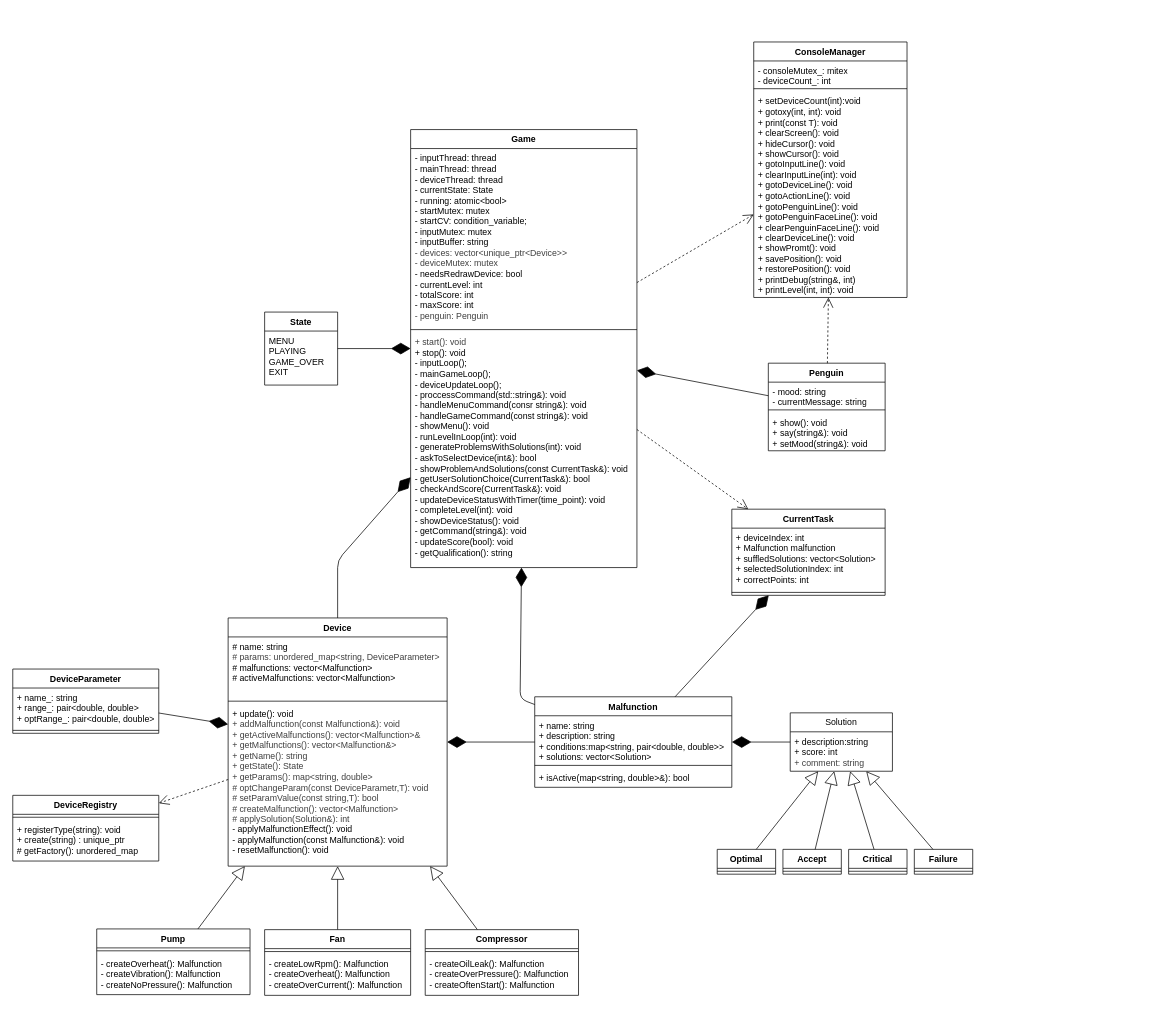
This is docs/diagram.drawio from MARGO0901/otus-finalproject, a draw.io file, before an edit. Source tidied: cells renumbered, new cells numbered last; positions are measured from the earlier drawing's top-left corner, leaving out a move shared by most shapes. Both pictures are drawn from the tidied source at 73%, with x=0, y=0 at pixel (12, 42).
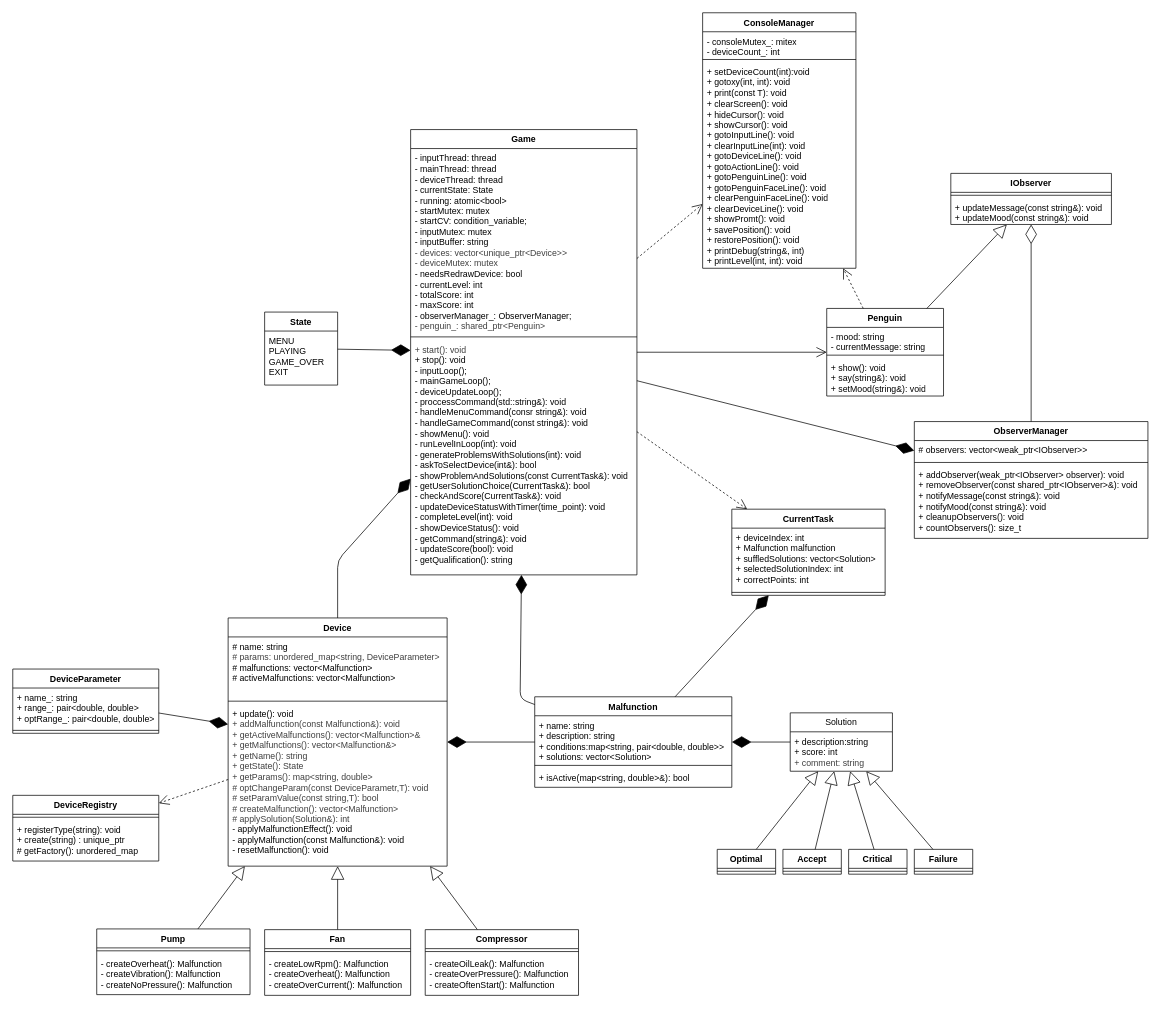
The same diagram, later.

Change to the diagram source:
```diff
@@
     <mxCell id="2" value="Game" style="swimlane;fontStyle=1;align=center;verticalAlign=top;horizontal=1;startSize=26;whiteSpace=wrap;html=1;" parent="1" vertex="1">
-      <mxGeometry x="545" y="120" width="310" height="600" as="geometry" />
+      <mxGeometry x="545" y="120" width="310" height="610" as="geometry" />
     </mxCell>
-    <mxCell id="3" value="&lt;div&gt;- inputThread: thread&lt;/div&gt;&lt;div&gt;- mainThread: thread&lt;/div&gt;&lt;div&gt;- deviceThread: thread&lt;/div&gt;&lt;div&gt;- currentState: State&lt;/div&gt;&lt;div&gt;- running: atomic&amp;lt;bool&amp;gt;&lt;/div&gt;&lt;div&gt;- startMutex: mutex&lt;/div&gt;&lt;div&gt;- startCV: condition_variable;&lt;/div&gt;&lt;div&gt;- inputMutex: mutex&lt;/div&gt;&lt;div&gt;- inputBuffer: string&lt;/div&gt;&lt;div&gt;&lt;span style=&quot;color: rgb(63, 63, 63);&quot;&gt;- devices:&amp;nbsp;&lt;/span&gt;&lt;span style=&quot;scrollbar-color: rgb(226, 226, 226) rgb(251, 251, 251); background-color: transparent; color: rgb(63, 63, 63);&quot;&gt;vector&amp;lt;unique_ptr&amp;lt;Device&amp;gt;&amp;gt;&lt;/span&gt;&lt;/div&gt;&lt;div&gt;&lt;span style=&quot;scrollbar-color: rgb(226, 226, 226) rgb(251, 251, 251); background-color: transparent; color: rgb(63, 63, 63);&quot;&gt;- deviceMutex: mutex&lt;/span&gt;&lt;/div&gt;&lt;div&gt;- needsRedrawDevice: bool&lt;/div&gt;- currentLevel: int&lt;div&gt;- totalScore: int&lt;/div&gt;&lt;div&gt;- maxScore: int&lt;/div&gt;&lt;div&gt;&lt;span style=&quot;color: rgb(63, 63, 63); background-color: transparent;&quot;&gt;- penguin: Penguin&lt;/span&gt;&lt;/div&gt;&lt;div&gt;&lt;br&gt;&lt;/div&gt;" style="text;strokeColor=none;fillColor=none;align=left;verticalAlign=top;spacingLeft=4;spacingRight=4;overflow=hidden;whiteSpace=wrap;html=1;" parent="2" vertex="1">
-      <mxGeometry y="26" width="310" height="244" as="geometry" />
+    <mxCell id="3" value="&lt;div&gt;- inputThread: thread&lt;/div&gt;&lt;div&gt;- mainThread: thread&lt;/div&gt;&lt;div&gt;- deviceThread: thread&lt;/div&gt;&lt;div&gt;- currentState: State&lt;/div&gt;&lt;div&gt;- running: atomic&amp;lt;bool&amp;gt;&lt;/div&gt;&lt;div&gt;- startMutex: mutex&lt;/div&gt;&lt;div&gt;- startCV: condition_variable;&lt;/div&gt;&lt;div&gt;- inputMutex: mutex&lt;/div&gt;&lt;div&gt;- inputBuffer: string&lt;/div&gt;&lt;div&gt;&lt;span style=&quot;color: rgb(63, 63, 63);&quot;&gt;- devices:&amp;nbsp;&lt;/span&gt;&lt;span style=&quot;scrollbar-color: rgb(226, 226, 226) rgb(251, 251, 251); background-color: transparent; color: rgb(63, 63, 63);&quot;&gt;vector&amp;lt;unique_ptr&amp;lt;Device&amp;gt;&amp;gt;&lt;/span&gt;&lt;/div&gt;&lt;div&gt;&lt;span style=&quot;scrollbar-color: rgb(226, 226, 226) rgb(251, 251, 251); background-color: transparent; color: rgb(63, 63, 63);&quot;&gt;- deviceMutex: mutex&lt;/span&gt;&lt;/div&gt;&lt;div&gt;- needsRedrawDevice: bool&lt;/div&gt;- currentLevel: int&lt;div&gt;- totalScore: int&lt;/div&gt;&lt;div&gt;- maxScore: int&lt;/div&gt;&lt;div&gt;- observerManager_: ObserverManager;&lt;/div&gt;&lt;div&gt;&lt;span style=&quot;color: rgb(63, 63, 63); background-color: transparent;&quot;&gt;- penguin_: shared_ptr&amp;lt;Penguin&amp;gt;&lt;/span&gt;&lt;/div&gt;&lt;div&gt;&lt;br&gt;&lt;/div&gt;" style="text;strokeColor=none;fillColor=none;align=left;verticalAlign=top;spacingLeft=4;spacingRight=4;overflow=hidden;whiteSpace=wrap;html=1;" parent="2" vertex="1">
+      <mxGeometry y="26" width="310" height="254" as="geometry" />
     </mxCell>
     <mxCell id="4" style="line;strokeWidth=1;fillColor=none;align=left;verticalAlign=middle;spacingTop=-1;spacingLeft=3;spacingRight=3;labelPosition=right;strokeColor=inherit;" parent="2" vertex="1">
-      <mxGeometry y="270" width="310" height="8" as="geometry" />
+      <mxGeometry y="280" width="310" height="8" as="geometry" />
     </mxCell>
     <mxCell id="5" value="&lt;div&gt;&lt;span style=&quot;color: rgb(63, 63, 63); background-color: transparent;&quot;&gt;+ start(): void&lt;/span&gt;&lt;/div&gt;&lt;div&gt;+ stop(): void&lt;/div&gt;&lt;div&gt;- inputLoop();&lt;/div&gt;&lt;div&gt;- mainGameLoop();&lt;/div&gt;&lt;div&gt;- deviceUpdateLoop();&lt;/div&gt;&lt;div&gt;- proccessCommand(std::string&amp;amp;): void&lt;/div&gt;&lt;div&gt;- handleMenuCommand(consr string&amp;amp;): void&lt;/div&gt;&lt;div&gt;- handleGameCommand(const string&amp;amp;): void&lt;/div&gt;&lt;div&gt;- showMenu(): void&lt;/div&gt;- runLevelInLoop(int): void&lt;div&gt;- generateProblemsWithSolutions(int): void&lt;/div&gt;&lt;div&gt;-&amp;nbsp;askToSelectDevice(int&amp;amp;): bool&lt;/div&gt;&lt;div&gt;-&amp;nbsp;showProblemAndSolutions(const CurrentTask&amp;amp;): void&lt;/div&gt;&lt;div&gt;-&amp;nbsp;getUserSolutionChoice(CurrentTask&amp;amp;): bool&lt;/div&gt;&lt;div&gt;-&amp;nbsp;checkAndScore(CurrentTask&amp;amp;): void&lt;/div&gt;&lt;div&gt;-&amp;nbsp;updateDeviceStatusWithTimer(time_point): void&lt;/div&gt;&lt;div&gt;-&amp;nbsp;completeLevel(int): void&lt;/div&gt;&lt;div&gt;- showDeviceStatus(): void&lt;/div&gt;&lt;div&gt;- getCommand(string&amp;amp;): void&lt;/div&gt;&lt;div&gt;- updateScore(bool): void&lt;/div&gt;&lt;div&gt;- getQualification(): string&lt;/div&gt;" style="text;strokeColor=none;fillColor=none;align=left;verticalAlign=top;spacingLeft=4;spacingRight=4;overflow=hidden;whiteSpace=wrap;html=1;" parent="2" vertex="1">
-      <mxGeometry y="278" width="310" height="322" as="geometry" />
+      <mxGeometry y="288" width="310" height="322" as="geometry" />
     </mxCell>
@@
     <mxCell id="25" value="Penguin" style="swimlane;fontStyle=1;align=center;verticalAlign=top;horizontal=1;startSize=26;whiteSpace=wrap;html=1;" parent="1" vertex="1">
-      <mxGeometry x="1035" y="440" width="160" height="120" as="geometry" />
+      <mxGeometry x="1115" y="365" width="160" height="120" as="geometry" />
     </mxCell>
@@
-    <mxCell id="29" style="endArrow=diamondThin;endFill=1;endSize=24;html=1;" parent="1" edge="1" source="25" target="2">
-      <mxGeometry relative="1" as="geometry" />
-    </mxCell>
@@
     <mxCell id="53" value="ConsoleManager" style="swimlane;fontStyle=1;align=center;verticalAlign=top;horizontal=1;startSize=26;whiteSpace=wrap;html=1;" parent="1" vertex="1">
-      <mxGeometry x="1015" width="210" height="350" as="geometry" />
+      <mxGeometry x="945" y="-40" width="210" height="350" as="geometry" />
     </mxCell>
@@
+    <mxCell id="71" value="ObserverManager" style="swimlane;fontStyle=1;align=center;verticalAlign=top;horizontal=1;startSize=26;whiteSpace=wrap;html=1;" parent="1" vertex="1">
+      <mxGeometry x="1235" y="520" width="320" height="160" as="geometry" />
+    </mxCell>
+    <mxCell id="72" value="# observers: vector&amp;lt;weak_ptr&amp;lt;IObserver&amp;gt;&amp;gt;" style="text;strokeColor=none;fillColor=none;align=left;verticalAlign=top;spacingLeft=4;spacingRight=4;overflow=hidden;whiteSpace=wrap;html=1;" parent="71" vertex="1">
+      <mxGeometry y="26" width="320" height="26" as="geometry" />
+    </mxCell>
+    <mxCell id="73" style="line;strokeWidth=1;fillColor=none;align=left;verticalAlign=middle;spacingTop=-1;spacingLeft=3;spacingRight=3;labelPosition=right;strokeColor=inherit;" parent="71" vertex="1">
+      <mxGeometry y="52" width="320" height="8" as="geometry" />
+    </mxCell>
+    <mxCell id="74" value="+ addObserver(weak_ptr&amp;lt;IObserver&amp;gt; observer): void&lt;div&gt;+ removeObserver(const shared_ptr&amp;lt;IObserver&amp;gt;&amp;amp;): void&lt;/div&gt;&lt;div&gt;+ notifyMessage(const string&amp;amp;): void&lt;/div&gt;&lt;div&gt;+&amp;nbsp;notifyMood(const string&amp;amp;): void&lt;/div&gt;&lt;div&gt;+&amp;nbsp;cleanupObservers(): void&lt;/div&gt;&lt;div&gt;+&amp;nbsp;countObservers(): size_t&lt;/div&gt;" style="text;strokeColor=none;fillColor=none;align=left;verticalAlign=top;spacingLeft=4;spacingRight=4;overflow=hidden;whiteSpace=wrap;html=1;" parent="71" vertex="1">
+      <mxGeometry y="60" width="320" height="100" as="geometry" />
+    </mxCell>
+    <mxCell id="75" value="IObserver" style="swimlane;fontStyle=1;align=center;verticalAlign=top;horizontal=1;startSize=26;whiteSpace=wrap;html=1;" parent="1" vertex="1">
+      <mxGeometry x="1285" y="180" width="220" height="70" as="geometry" />
+    </mxCell>
+    <mxCell id="76" style="line;strokeWidth=1;fillColor=none;align=left;verticalAlign=middle;spacingTop=-1;spacingLeft=3;spacingRight=3;labelPosition=right;strokeColor=inherit;" parent="75" vertex="1">
+      <mxGeometry y="26" width="220" height="8" as="geometry" />
+    </mxCell>
+    <mxCell id="77" value="+ updateMessage(const string&amp;amp;): void&lt;div&gt;+&amp;nbsp;updateMood(const string&amp;amp;): void&lt;/div&gt;" style="text;strokeColor=none;fillColor=none;align=left;verticalAlign=top;spacingLeft=4;spacingRight=4;overflow=hidden;whiteSpace=wrap;html=1;" parent="75" vertex="1">
+      <mxGeometry y="34" width="220" height="36" as="geometry" />
+    </mxCell>
+    <mxCell id="78" style="endArrow=diamondThin;endFill=0;endSize=24;html=1;" parent="1" edge="1" source="71" target="75">
+      <mxGeometry relative="1" as="geometry" />
+    </mxCell>
+    <mxCell id="79" style="endArrow=block;endSize=16;endFill=0;html=1;" parent="1" edge="1" source="25" target="75">
+      <mxGeometry relative="1" as="geometry" />
+    </mxCell>
+    <mxCell id="80" style="endArrow=open;endFill=1;endSize=12;html=1;" parent="1" edge="1" source="2" target="25">
+      <mxGeometry relative="1" as="geometry" />
+    </mxCell>
+    <mxCell id="81" style="endArrow=diamondThin;endFill=1;endSize=24;html=1;" parent="1" edge="1" source="2" target="71">
+      <mxGeometry relative="1" as="geometry" />
+    </mxCell>
```
